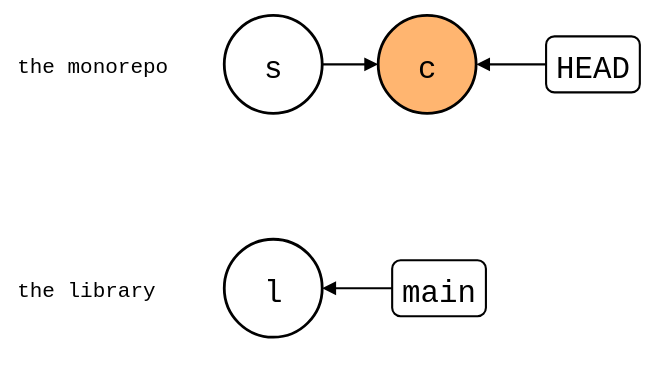
Above: test/comparisons/git-submodule-splice-fix.drawio.svg in roschaefer/git-splice (draw.io), before the change. Source tidied: cells renumbered, new cells last; positions are measured from the earlier drawing's top-left corner, leaving out a move shared by most shapes.
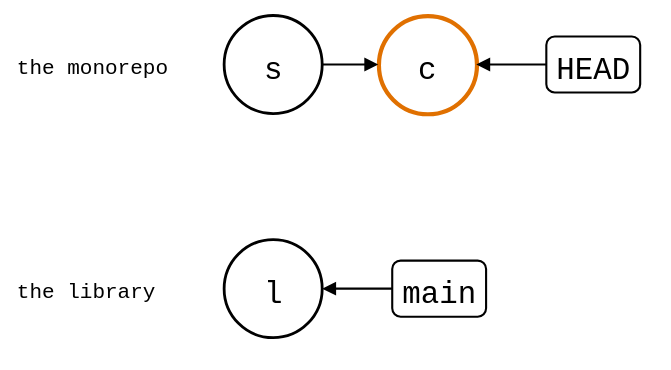
The same diagram one commit later.

Diff of the diagram source:
```diff
@@ -11,7 +11,7 @@
     <mxCell id="4" value="s" style="ellipse;strokeWidth=2;fontSize=22;fontFamily=Roboto Mono,monospace;" parent="1" vertex="1">
       <mxGeometry x="150" width="70" height="70" as="geometry" />
     </mxCell>
-    <mxCell id="5" value="c" style="ellipse;strokeWidth=2;fontSize=22;fontFamily=Roboto Mono,monospace;fillColor=#FFB570;" parent="1" vertex="1">
+    <mxCell id="5" value="c" style="ellipse;fontSize=22;fontFamily=Roboto Mono,monospace;strokeColor=#E07000;strokeWidth=3;" parent="1" vertex="1">
       <mxGeometry x="260" width="70" height="70" as="geometry" />
     </mxCell>
     <mxCell id="6" value="l" style="ellipse;strokeWidth=2;fontSize=22;fontFamily=Roboto Mono,monospace;" parent="1" vertex="1">
```
